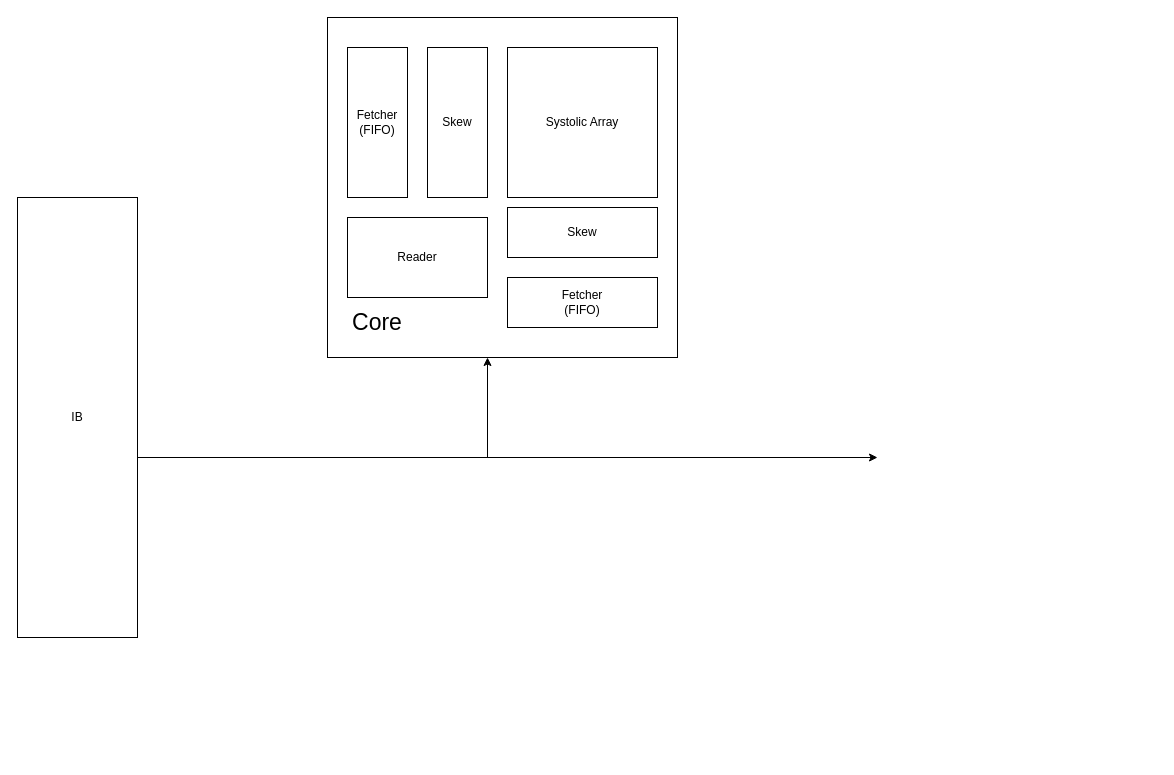
Earlier version of the draw.io diagram AttentionHardware.drawio (Devil-SX/draw-io). Source tidied: cells renumbered, new cells numbered last; positions are measured from the earlier drawing's top-left corner, leaving out a move shared by most shapes. Both pictures are drawn from the tidied source at 100%, with x=0, y=0 at pixel (17, 17).
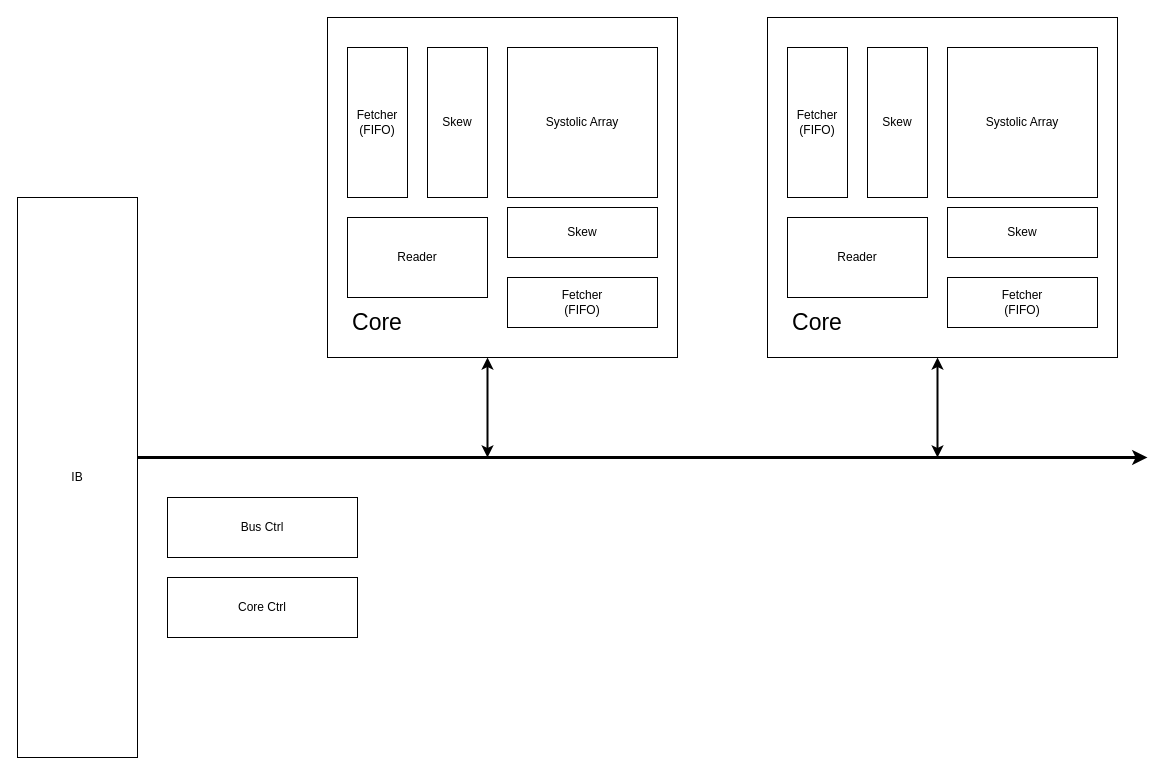
Above is the later version.

Change to the diagram source:
```diff
@@
     <mxCell id="8" value="IB" style="rounded=0;whiteSpace=wrap;html=1;" parent="1" vertex="1">
-      <mxGeometry y="180" width="120" height="440" as="geometry" />
+      <mxGeometry y="180" width="120" height="560" as="geometry" />
     </mxCell>
-    <mxCell id="9" style="endArrow=classic;html=1;rounded=0;" parent="1" edge="1">
+    <mxCell id="9" style="endArrow=classic;html=1;rounded=0;strokeWidth=3;" parent="1" edge="1">
       <mxGeometry relative="1" as="geometry">
         <mxPoint x="120" y="440" as="sourcePoint" />
-        <mxPoint x="860" y="440" as="targetPoint" />
+        <mxPoint x="1130" y="440" as="targetPoint" />
       </mxGeometry>
     </mxCell>
-    <mxCell id="10" style="endArrow=classic;html=1;rounded=0;entryX=0.5;entryY=1;entryDx=0;entryDy=0;" parent="1" edge="1">
+    <mxCell id="10" style="endArrow=classic;html=1;rounded=0;entryX=0.5;entryY=1;entryDx=0;entryDy=0;startArrow=classic;startFill=1;strokeWidth=2;" parent="1" edge="1">
       <mxGeometry relative="1" as="geometry">
         <mxPoint x="470" y="440" as="sourcePoint" />
         <mxPoint x="470" y="340" as="targetPoint" />
       </mxGeometry>
     </mxCell>
@@
+    <mxCell id="13" value="Bus Ctrl" style="rounded=0;whiteSpace=wrap;html=1;" parent="1" vertex="1">
+      <mxGeometry x="150" y="480" width="190" height="60" as="geometry" />
+    </mxCell>
+    <mxCell id="14" style="rounded=0;whiteSpace=wrap;html=1;fillColor=default;" parent="1" vertex="1">
+      <mxGeometry x="750" width="350" height="340" as="geometry" />
+    </mxCell>
+    <mxCell id="15" value="Systolic Array" style="whiteSpace=wrap;html=1;" parent="1" vertex="1">
+      <mxGeometry x="930" y="30" width="150" height="150" as="geometry" />
+    </mxCell>
+    <mxCell id="16" value="Skew" style="rounded=0;whiteSpace=wrap;html=1;" parent="1" vertex="1">
+      <mxGeometry x="850" y="30" width="60" height="150" as="geometry" />
+    </mxCell>
+    <mxCell id="17" value="Skew" style="rounded=0;whiteSpace=wrap;html=1;" parent="1" vertex="1">
+      <mxGeometry x="930" y="190" width="150" height="50" as="geometry" />
+    </mxCell>
+    <mxCell id="18" value="Fetcher&lt;br&gt;(FIFO)" style="rounded=0;whiteSpace=wrap;html=1;" parent="1" vertex="1">
+      <mxGeometry x="770" y="30" width="60" height="150" as="geometry" />
+    </mxCell>
+    <mxCell id="19" value="Fetcher&lt;br&gt;(FIFO)" style="rounded=0;whiteSpace=wrap;html=1;" parent="1" vertex="1">
+      <mxGeometry x="930" y="260" width="150" height="50" as="geometry" />
+    </mxCell>
+    <mxCell id="20" value="Core" style="text;html=1;strokeColor=none;fillColor=none;align=center;verticalAlign=middle;whiteSpace=wrap;rounded=0;fontSize=23;" parent="1" vertex="1">
+      <mxGeometry x="770" y="290" width="60" height="30" as="geometry" />
+    </mxCell>
+    <mxCell id="21" value="Reader" style="rounded=0;whiteSpace=wrap;html=1;" parent="1" vertex="1">
+      <mxGeometry x="770" y="200" width="140" height="80" as="geometry" />
+    </mxCell>
+    <mxCell id="22" style="endArrow=classic;html=1;rounded=0;entryX=0.5;entryY=1;entryDx=0;entryDy=0;startArrow=classic;startFill=1;strokeWidth=2;" parent="1" edge="1">
+      <mxGeometry relative="1" as="geometry">
+        <mxPoint x="920" y="440" as="sourcePoint" />
+        <mxPoint x="920" y="340" as="targetPoint" />
+      </mxGeometry>
+    </mxCell>
+    <mxCell id="23" value="Core Ctrl" style="rounded=0;whiteSpace=wrap;html=1;" parent="1" vertex="1">
+      <mxGeometry x="150" y="560" width="190" height="60" as="geometry" />
+    </mxCell>
```
